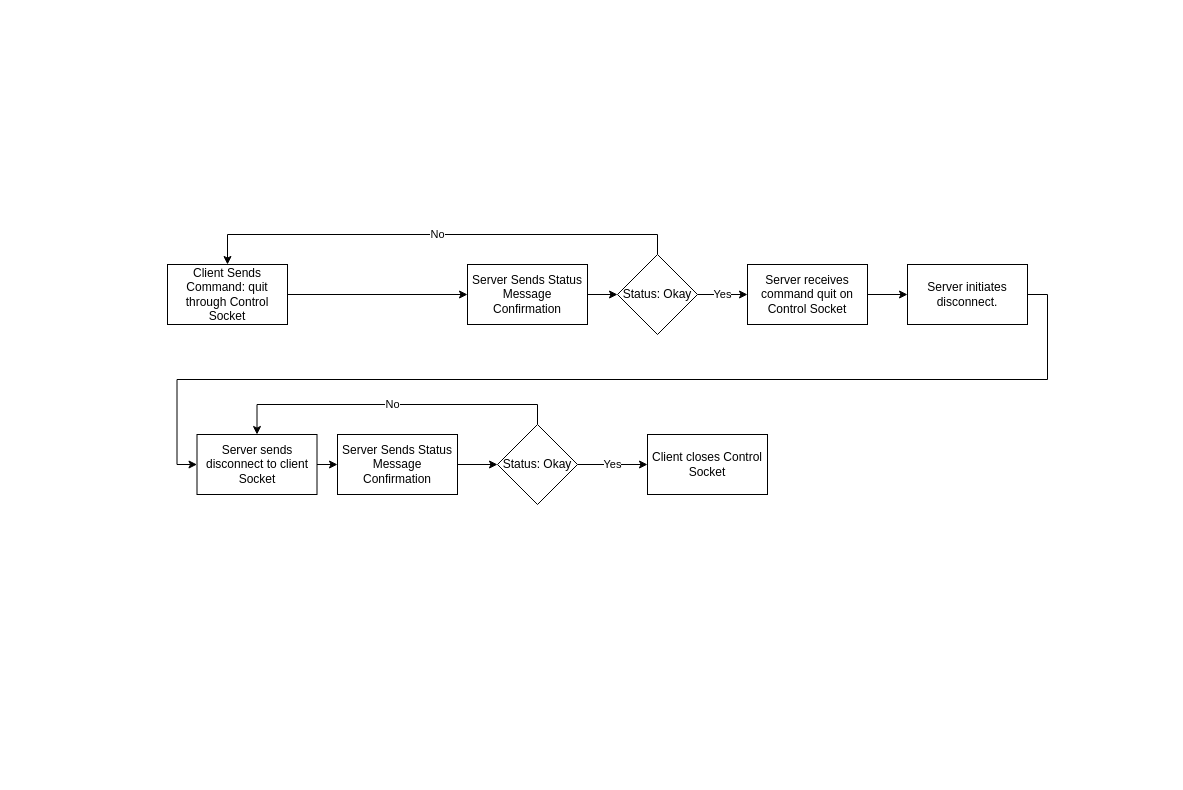
Above: Design Documents/FTP Design Document - QUIT Command.drawio in kipflip1125/client-server (draw.io), before the change. Source tidied: cells renumbered, new cells numbered last; positions are measured from the earlier drawing's top-left corner, leaving out a move shared by most shapes. Both pictures are drawn from the tidied source at 100%, with x=0, y=0 at pixel (167, 254).
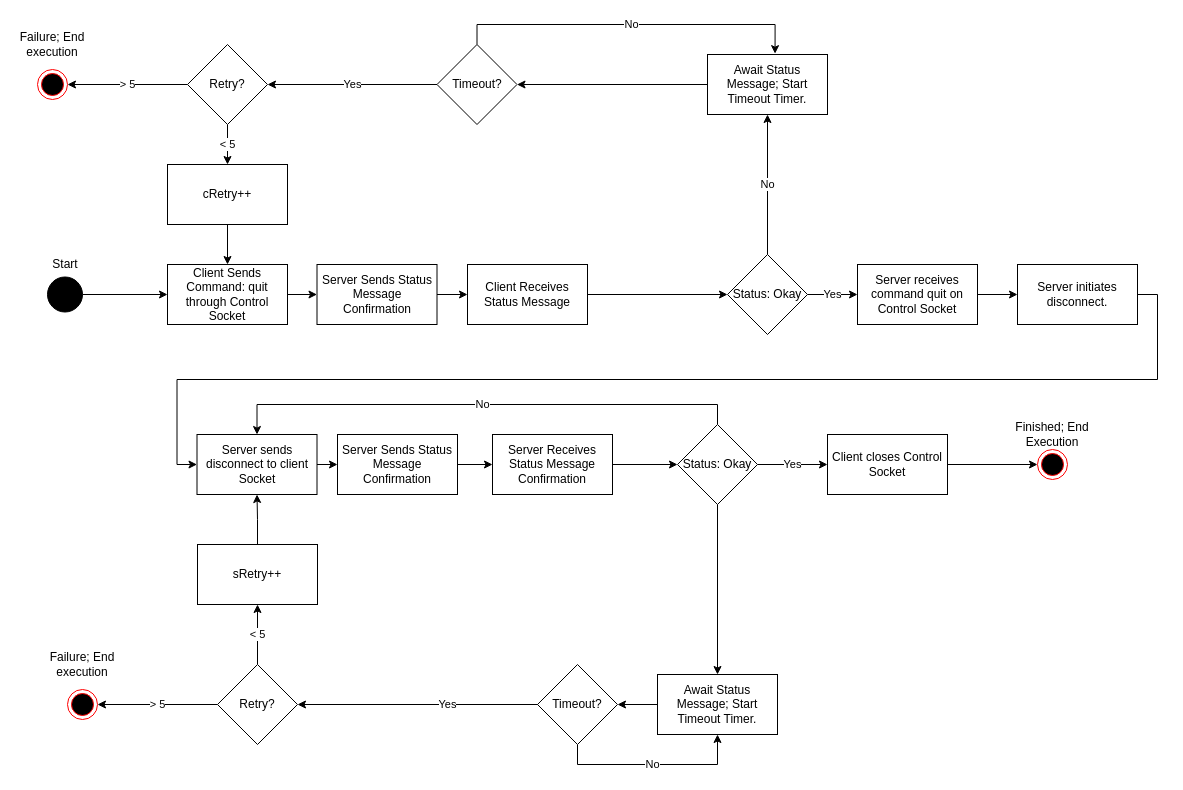
After the change.

Commit message (it also covers changes not shown here):
Added Retry and better ACK handling.  Also Start and End States

The change refers to these unchanged cells:
```xml
<mxCell id="3" value="Client Sends Command: quit through Control Socket" style="rounded=0;whiteSpace=wrap;html=1;" parent="1" vertex="1">
  <mxGeometry y="10" width="120" height="60" as="geometry" />
</mxCell>
<mxCell id="7" value="Server sends disconnect to client Socket" style="rounded=0;whiteSpace=wrap;html=1;" parent="1" vertex="1">
  <mxGeometry x="29.5" y="180" width="120" height="60" as="geometry" />
</mxCell>
<mxCell id="19" value="Server Sends Status Message Confirmation" style="rounded=0;whiteSpace=wrap;html=1;" parent="1" vertex="1">
  <mxGeometry x="170" y="180" width="120" height="60" as="geometry" />
</mxCell>
```

Change to the diagram source:
```diff
@@
     <mxCell id="5" value="Server receives command quit on Control Socket" style="rounded=0;whiteSpace=wrap;html=1;" parent="1" vertex="1">
-      <mxGeometry x="580" y="10" width="120" height="60" as="geometry" />
+      <mxGeometry x="690" y="10" width="120" height="60" as="geometry" />
     </mxCell>
@@
     <mxCell id="9" value="Server initiates disconnect." style="rounded=0;whiteSpace=wrap;html=1;" parent="1" vertex="1">
-      <mxGeometry x="740" y="10" width="120" height="60" as="geometry" />
+      <mxGeometry x="850" y="10" width="120" height="60" as="geometry" />
     </mxCell>
@@
-    <mxCell id="11" value="No" style="edgeStyle=orthogonalEdgeStyle;rounded=0;jettySize=auto;html=1;exitX=0.5;exitY=0;exitDx=0;exitDy=0;entryX=0.5;entryY=0;entryDx=0;entryDy=0;" parent="1" edge="1" source="12" target="3">
-      <mxGeometry relative="1" as="geometry" />
-    </mxCell>
     <mxCell id="12" value="Status: Okay" style="rhombus;whiteSpace=wrap;html=1;" parent="1" vertex="1">
-      <mxGeometry x="450" width="80" height="80" as="geometry" />
+      <mxGeometry x="560" width="80" height="80" as="geometry" />
     </mxCell>
-    <mxCell id="13" style="edgeStyle=orthogonalEdgeStyle;rounded=0;jettySize=auto;html=1;exitX=1;exitY=0.5;exitDx=0;exitDy=0;entryX=0;entryY=0.5;entryDx=0;entryDy=0;" parent="1" edge="1" source="14" target="12">
+    <mxCell id="13" style="edgeStyle=orthogonalEdgeStyle;rounded=0;jettySize=auto;html=1;exitX=1;exitY=0.5;exitDx=0;exitDy=0;entryX=0;entryY=0.5;entryDx=0;entryDy=0;" parent="1" edge="1" source="22" target="12">
       <mxGeometry relative="1" as="geometry" />
     </mxCell>
     <mxCell id="14" value="Server Sends Status Message Confirmation" style="rounded=0;whiteSpace=wrap;html=1;" parent="1" vertex="1">
-      <mxGeometry x="300" y="10" width="120" height="60" as="geometry" />
+      <mxGeometry x="149.5" y="10" width="120" height="60" as="geometry" />
     </mxCell>
@@
     <mxCell id="16" value="Status: Okay" style="rhombus;whiteSpace=wrap;html=1;" parent="1" vertex="1">
-      <mxGeometry x="330" y="170" width="80" height="80" as="geometry" />
+      <mxGeometry x="510" y="170" width="80" height="80" as="geometry" />
     </mxCell>
-    <mxCell id="17" style="edgeStyle=orthogonalEdgeStyle;rounded=0;jettySize=auto;html=1;exitX=1;exitY=0.5;exitDx=0;exitDy=0;entryX=0;entryY=0.5;entryDx=0;entryDy=0;" parent="1" edge="1" source="19" target="16">
+    <mxCell id="17" style="edgeStyle=orthogonalEdgeStyle;rounded=0;jettySize=auto;html=1;exitX=1;exitY=0.5;exitDx=0;exitDy=0;entryX=0;entryY=0.5;entryDx=0;entryDy=0;" parent="1" edge="1" source="50" target="16">
       <mxGeometry relative="1" as="geometry" />
     </mxCell>
     <mxCell id="18" value="Client closes Control Socket" style="rounded=0;whiteSpace=wrap;html=1;" parent="1" vertex="1">
-      <mxGeometry x="480" y="180" width="120" height="60" as="geometry" />
+      <mxGeometry x="660" y="180" width="120" height="60" as="geometry" />
     </mxCell>
+    <mxCell id="21" style="edgeStyle=orthogonalEdgeStyle;rounded=0;jettySize=auto;html=1;exitX=1;exitY=0.5;exitDx=0;exitDy=0;entryX=0;entryY=0.5;entryDx=0;entryDy=0;" parent="1" edge="1" source="19" target="50">
+      <mxGeometry relative="1" as="geometry" />
+    </mxCell>
@@
+    <mxCell id="22" value="Client Receives Status Message" style="rounded=0;whiteSpace=wrap;html=1;" parent="1" vertex="1">
+      <mxGeometry x="300" y="10" width="120" height="60" as="geometry" />
+    </mxCell>
+    <mxCell id="23" style="edgeStyle=orthogonalEdgeStyle;rounded=0;jettySize=auto;html=1;exitX=1;exitY=0.5;exitDx=0;exitDy=0;entryX=0;entryY=0.5;entryDx=0;entryDy=0;" parent="1" edge="1" source="14" target="22">
+      <mxGeometry relative="1" as="geometry" />
+    </mxCell>
+    <mxCell id="24" value="No" style="edgeStyle=orthogonalEdgeStyle;rounded=0;jettySize=auto;html=1;exitX=0.5;exitY=0;exitDx=0;exitDy=0;entryX=0.5;entryY=1;entryDx=0;entryDy=0;" parent="1" edge="1" source="12" target="26">
+      <mxGeometry relative="1" as="geometry" />
+    </mxCell>
+    <mxCell id="25" style="edgeStyle=orthogonalEdgeStyle;rounded=0;jettySize=auto;html=1;exitX=0;exitY=0.5;exitDx=0;exitDy=0;entryX=1;entryY=0.5;entryDx=0;entryDy=0;" parent="1" edge="1" source="26" target="29">
+      <mxGeometry relative="1" as="geometry" />
+    </mxCell>
+    <mxCell id="26" value="Await Status Message; Start Timeout Timer." style="rounded=0;whiteSpace=wrap;html=1;" parent="1" vertex="1">
+      <mxGeometry x="540" y="-200" width="120" height="60" as="geometry" />
+    </mxCell>
+    <mxCell id="27" value="Yes" style="edgeStyle=orthogonalEdgeStyle;rounded=0;jettySize=auto;html=1;exitX=0;exitY=0.5;exitDx=0;exitDy=0;entryX=1;entryY=0.5;entryDx=0;entryDy=0;" parent="1" edge="1" source="29" target="32">
+      <mxGeometry relative="1" as="geometry" />
+    </mxCell>
+    <mxCell id="28" value="No" style="edgeStyle=orthogonalEdgeStyle;rounded=0;jettySize=auto;html=1;exitX=0.5;exitY=0;exitDx=0;exitDy=0;entryX=0.563;entryY=-0.014;entryDx=0;entryDy=0;entryPerimeter=0;" parent="1" edge="1" source="29" target="26">
+      <mxGeometry relative="1" as="geometry" />
+    </mxCell>
+    <mxCell id="29" value="Timeout?" style="rhombus;whiteSpace=wrap;html=1;" parent="1" vertex="1">
+      <mxGeometry x="269.5" y="-210" width="80" height="80" as="geometry" />
+    </mxCell>
+    <mxCell id="30" value="&amp;lt; 5" style="edgeStyle=orthogonalEdgeStyle;rounded=0;jettySize=auto;html=1;exitX=0.5;exitY=1;exitDx=0;exitDy=0;entryX=0.5;entryY=0;entryDx=0;entryDy=0;" parent="1" edge="1" source="32" target="36">
+      <mxGeometry relative="1" as="geometry" />
+    </mxCell>
+    <mxCell id="31" value="&amp;gt; 5" style="edgeStyle=orthogonalEdgeStyle;rounded=0;jettySize=auto;html=1;exitX=0;exitY=0.5;exitDx=0;exitDy=0;entryX=1;entryY=0.5;entryDx=0;entryDy=0;" parent="1" edge="1" source="32" target="33">
+      <mxGeometry relative="1" as="geometry" />
+    </mxCell>
+    <mxCell id="32" value="Retry?" style="rhombus;whiteSpace=wrap;html=1;" parent="1" vertex="1">
+      <mxGeometry x="20" y="-210" width="80" height="80" as="geometry" />
+    </mxCell>
+    <mxCell id="33" style="ellipse;html=1;shape=endState;fillColor=#000000;strokeColor=#ff0000;" parent="1" vertex="1">
+      <mxGeometry x="-130" y="-185" width="30" height="30" as="geometry" />
+    </mxCell>
+    <mxCell id="34" value="Failure; End execution" style="text;html=1;strokeColor=none;fillColor=none;align=center;verticalAlign=middle;whiteSpace=wrap;rounded=0;" parent="1" vertex="1">
+      <mxGeometry x="-150" y="-220" width="70" height="20" as="geometry" />
+    </mxCell>
+    <mxCell id="35" style="edgeStyle=orthogonalEdgeStyle;rounded=0;jettySize=auto;html=1;exitX=0.5;exitY=1;exitDx=0;exitDy=0;entryX=0.5;entryY=0;entryDx=0;entryDy=0;" parent="1" edge="1" source="36" target="3">
+      <mxGeometry relative="1" as="geometry" />
+    </mxCell>
+    <mxCell id="36" value="cRetry++" style="rounded=0;whiteSpace=wrap;html=1;" parent="1" vertex="1">
+      <mxGeometry y="-90" width="120" height="60" as="geometry" />
+    </mxCell>
+    <mxCell id="37" style="edgeStyle=orthogonalEdgeStyle;rounded=0;jettySize=auto;html=1;exitX=0.5;exitY=1;exitDx=0;exitDy=0;" parent="1" edge="1" source="16" target="39">
+      <mxGeometry relative="1" as="geometry" />
+    </mxCell>
+    <mxCell id="38" style="edgeStyle=orthogonalEdgeStyle;rounded=0;jettySize=auto;html=1;exitX=0;exitY=0.5;exitDx=0;exitDy=0;entryX=1;entryY=0.5;entryDx=0;entryDy=0;" parent="1" edge="1" source="39" target="42">
+      <mxGeometry relative="1" as="geometry" />
+    </mxCell>
+    <mxCell id="39" value="Await Status Message; Start Timeout Timer." style="rounded=0;whiteSpace=wrap;html=1;" parent="1" vertex="1">
+      <mxGeometry x="490" y="420" width="120" height="60" as="geometry" />
+    </mxCell>
+    <mxCell id="40" value="Yes" style="edgeStyle=orthogonalEdgeStyle;rounded=0;jettySize=auto;html=1;exitX=0;exitY=0.5;exitDx=0;exitDy=0;entryX=1;entryY=0.5;entryDx=0;entryDy=0;" parent="1" edge="1" source="42" target="45">
+      <mxGeometry relative="1" as="geometry">
+        <Array as="points">
+          <mxPoint x="400" y="450" />
+        </Array>
+      </mxGeometry>
+    </mxCell>
+    <mxCell id="41" value="No" style="edgeStyle=orthogonalEdgeStyle;rounded=0;jettySize=auto;html=1;exitX=0.5;exitY=1;exitDx=0;exitDy=0;entryX=0.5;entryY=1;entryDx=0;entryDy=0;" parent="1" edge="1" source="42" target="39">
+      <mxGeometry relative="1" as="geometry" />
+    </mxCell>
+    <mxCell id="42" value="Timeout?" style="rhombus;whiteSpace=wrap;html=1;" parent="1" vertex="1">
+      <mxGeometry x="370" y="410" width="80" height="80" as="geometry" />
+    </mxCell>
+    <mxCell id="43" value="&amp;gt; 5" style="edgeStyle=orthogonalEdgeStyle;rounded=0;jettySize=auto;html=1;exitX=0;exitY=0.5;exitDx=0;exitDy=0;entryX=1;entryY=0.5;entryDx=0;entryDy=0;" parent="1" edge="1" source="45" target="46">
+      <mxGeometry relative="1" as="geometry" />
+    </mxCell>
+    <mxCell id="44" value="&amp;lt; 5" style="edgeStyle=orthogonalEdgeStyle;rounded=0;jettySize=auto;html=1;exitX=0.5;exitY=0;exitDx=0;exitDy=0;entryX=0.5;entryY=1;entryDx=0;entryDy=0;" parent="1" edge="1" source="45" target="49">
+      <mxGeometry relative="1" as="geometry" />
+    </mxCell>
+    <mxCell id="45" value="Retry?" style="rhombus;whiteSpace=wrap;html=1;" parent="1" vertex="1">
+      <mxGeometry x="50" y="410" width="80" height="80" as="geometry" />
+    </mxCell>
+    <mxCell id="46" style="ellipse;html=1;shape=endState;fillColor=#000000;strokeColor=#ff0000;" parent="1" vertex="1">
+      <mxGeometry x="-100" y="435" width="30" height="30" as="geometry" />
+    </mxCell>
+    <mxCell id="47" value="Failure; End execution" style="text;html=1;strokeColor=none;fillColor=none;align=center;verticalAlign=middle;whiteSpace=wrap;rounded=0;" parent="1" vertex="1">
+      <mxGeometry x="-120" y="400" width="70" height="20" as="geometry" />
+    </mxCell>
+    <mxCell id="48" style="edgeStyle=orthogonalEdgeStyle;rounded=0;jettySize=auto;html=1;exitX=0.5;exitY=0;exitDx=0;exitDy=0;entryX=0.5;entryY=1;entryDx=0;entryDy=0;" parent="1" edge="1" source="49" target="7">
+      <mxGeometry relative="1" as="geometry" />
+    </mxCell>
+    <mxCell id="49" value="sRetry++" style="rounded=0;whiteSpace=wrap;html=1;" parent="1" vertex="1">
+      <mxGeometry x="30" y="290" width="120" height="60" as="geometry" />
+    </mxCell>
+    <mxCell id="50" value="Server Receives Status Message Confirmation" style="rounded=0;whiteSpace=wrap;html=1;" parent="1" vertex="1">
+      <mxGeometry x="325" y="180" width="120" height="60" as="geometry" />
+    </mxCell>
+    <mxCell id="51" style="edgeStyle=orthogonalEdgeStyle;rounded=0;jettySize=auto;html=1;exitX=1;exitY=0.5;exitDx=0;exitDy=0;entryX=0;entryY=0.5;entryDx=0;entryDy=0;exitPerimeter=0;" parent="1" edge="1" source="18" target="52">
+      <mxGeometry relative="1" as="geometry" />
+    </mxCell>
+    <mxCell id="52" style="ellipse;html=1;shape=endState;fillColor=#000000;strokeColor=#ff0000;" parent="1" vertex="1">
+      <mxGeometry x="870" y="195" width="30" height="30" as="geometry" />
+    </mxCell>
+    <mxCell id="53" style="edgeStyle=orthogonalEdgeStyle;rounded=0;jettySize=auto;html=1;exitX=1;exitY=0.5;exitDx=0;exitDy=0;entryX=0;entryY=0.5;entryDx=0;entryDy=0;" parent="1" edge="1" source="54" target="3">
+      <mxGeometry relative="1" as="geometry" />
+    </mxCell>
+    <mxCell id="54" style="ellipse;whiteSpace=wrap;html=1;fillColor=#000000;" parent="1" vertex="1">
+      <mxGeometry x="-120" y="22.5" width="35" height="35" as="geometry" />
+    </mxCell>
+    <mxCell id="55" value="Start" style="text;html=1;strokeColor=none;fillColor=none;align=center;verticalAlign=middle;whiteSpace=wrap;rounded=0;" parent="1" vertex="1">
+      <mxGeometry x="-122.5" width="40" height="20" as="geometry" />
+    </mxCell>
+    <mxCell id="56" value="Finished; End Execution" style="text;html=1;strokeColor=none;fillColor=none;align=center;verticalAlign=middle;whiteSpace=wrap;rounded=0;" parent="1" vertex="1">
+      <mxGeometry x="845" y="170" width="80" height="20" as="geometry" />
+    </mxCell>
```
